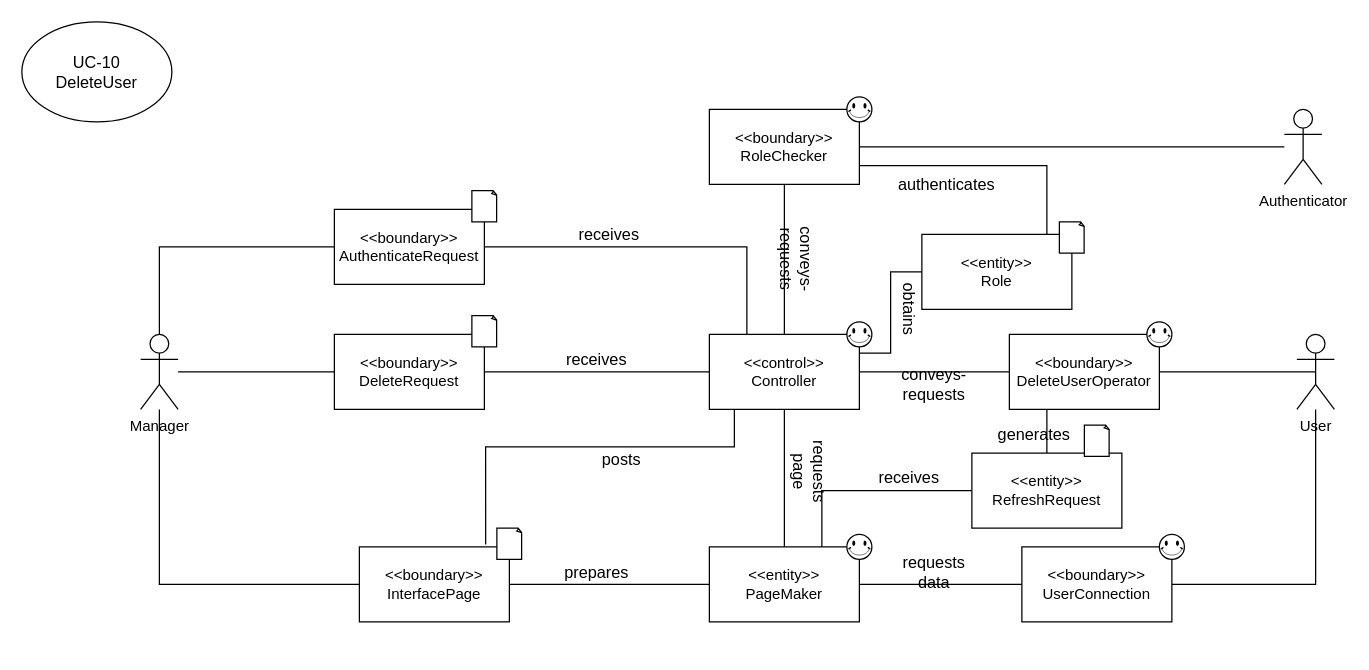
The draw.io diagram docs/SubgroupB_management/domainmodel/d9 deleteuser.drawio in cau-sw-engineering-2021/online-pizza-ordering-system, before the edit. Source tidied: cells renumbered, new cells numbered last; positions are measured from the earlier drawing's top-left corner, leaving out a move shared by most shapes. Both pictures are drawn from the tidied source at 125%, with x=0, y=0 at pixel (21, 21).
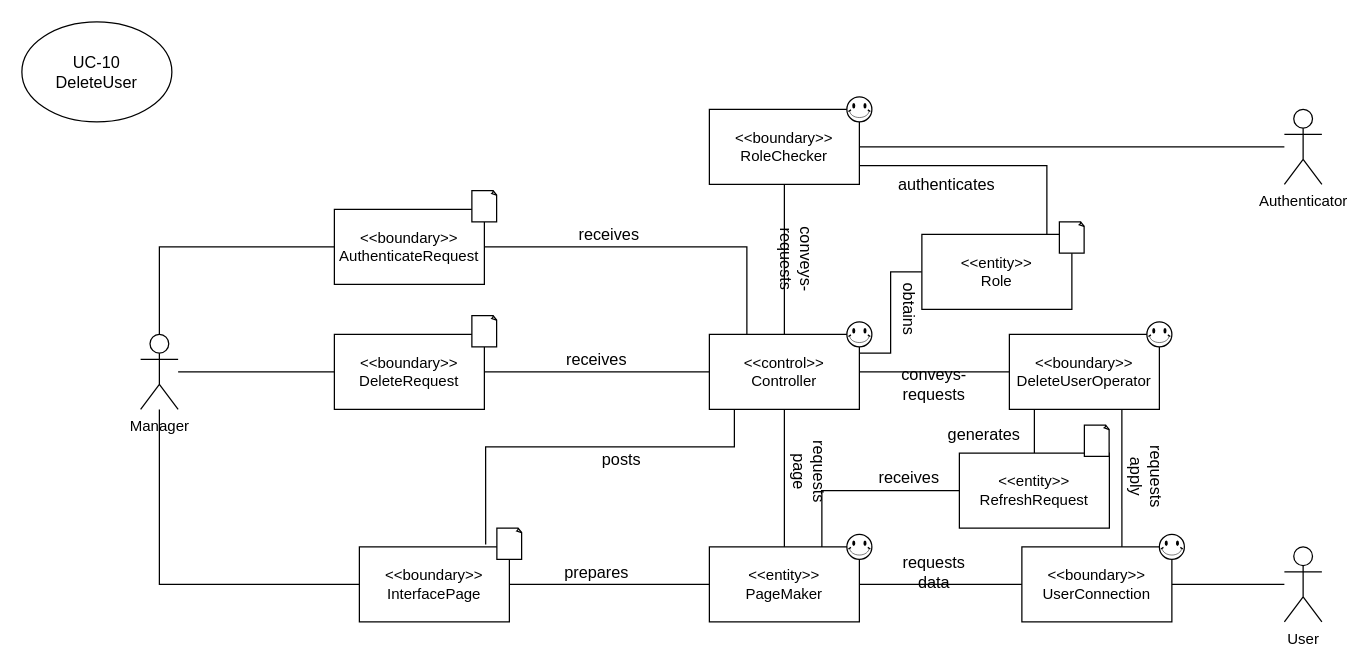
The same diagram, later.

The change refers to these unchanged cells:
```xml
<mxCell id="4" value="&amp;lt;&amp;lt;boundary&amp;gt;&amp;gt;&lt;br&gt;DeleteUserOperator" style="rounded=0;whiteSpace=wrap;html=1;" parent="1" vertex="1">
  <mxGeometry x="790" y="250" width="120" height="60" as="geometry" />
</mxCell>
<mxCell id="8" value="&amp;lt;&amp;lt;boundary&amp;gt;&amp;gt;&lt;br&gt;UserConnection" style="rounded=0;whiteSpace=wrap;html=1;" parent="1" vertex="1">
  <mxGeometry x="800" y="420" width="120" height="60" as="geometry" />
</mxCell>
```

Change to the diagram source:
```diff
@@
-    <mxCell id="2" style="edgeStyle=orthogonalEdgeStyle;rounded=0;jettySize=auto;html=1;entryX=0.5;entryY=0.5;entryDx=0;entryDy=0;entryPerimeter=0;endArrow=none;endFill=0;" parent="1" edge="1" source="4" target="30">
-      <mxGeometry relative="1" as="geometry" />
-    </mxCell>
@@
+    <mxCell id="56" style="edgeStyle=orthogonalEdgeStyle;rounded=0;jettySize=auto;html=1;exitX=0.75;exitY=1;exitDx=0;exitDy=0;entryX=0.667;entryY=0.033;entryDx=0;entryDy=0;entryPerimeter=0;endArrow=none;endFill=0;" parent="1" edge="1" source="4" target="8">
+      <mxGeometry relative="1" as="geometry" />
+    </mxCell>
@@
     <mxCell id="30" value="User" style="shape=umlActor;verticalLabelPosition=bottom;verticalAlign=top;html=1;outlineConnect=0;" parent="1" vertex="1">
-      <mxGeometry x="1020" y="250" width="30" height="60" as="geometry" />
+      <mxGeometry x="1010" y="420" width="30" height="60" as="geometry" />
     </mxCell>
@@
     <mxCell id="52" value="&amp;lt;&amp;lt;entity&amp;gt;&amp;gt;&lt;br&gt;RefreshRequest" style="rounded=0;whiteSpace=wrap;html=1;" parent="1" vertex="1">
-      <mxGeometry x="760" y="345" width="120" height="60" as="geometry" />
+      <mxGeometry x="750" y="345" width="120" height="60" as="geometry" />
     </mxCell>
@@
     <mxCell id="54" value="generates" style="text;html=1;strokeColor=none;fillColor=none;align=center;verticalAlign=middle;whiteSpace=wrap;rounded=0;fontSize=13;" parent="1" vertex="1">
-      <mxGeometry x="790" y="320" width="40" height="20" as="geometry" />
+      <mxGeometry x="750" y="320" width="40" height="20" as="geometry" />
     </mxCell>
@@
+    <mxCell id="57" value="requests apply" style="text;html=1;strokeColor=none;fillColor=none;align=center;verticalAlign=middle;whiteSpace=wrap;rounded=0;fontSize=13;rotation=90;" parent="1" vertex="1">
+      <mxGeometry x="880" y="354" width="40" height="20" as="geometry" />
+    </mxCell>
```
